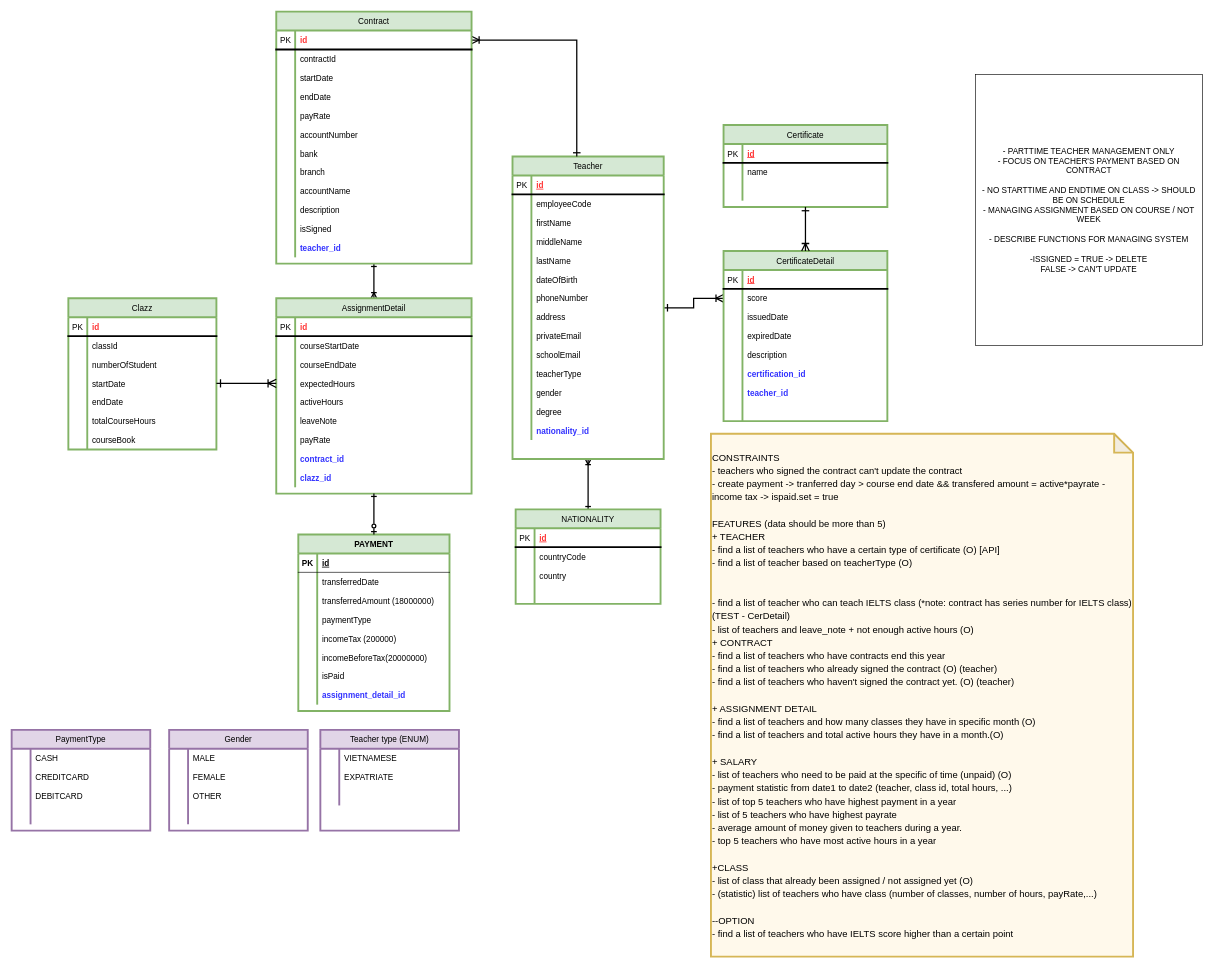
This is Teacher_Management_System - for Query.drawio from AmberNguyn/PersonalProject_TeacherManagement, a draw.io file, before an edit. Source tidied: cells renumbered, new cells numbered last; positions are measured from the earlier drawing's top-left corner, leaving out a move shared by most shapes. Both pictures are drawn from the tidied source at 63%, with x=0, y=0 at pixel (11, 11).
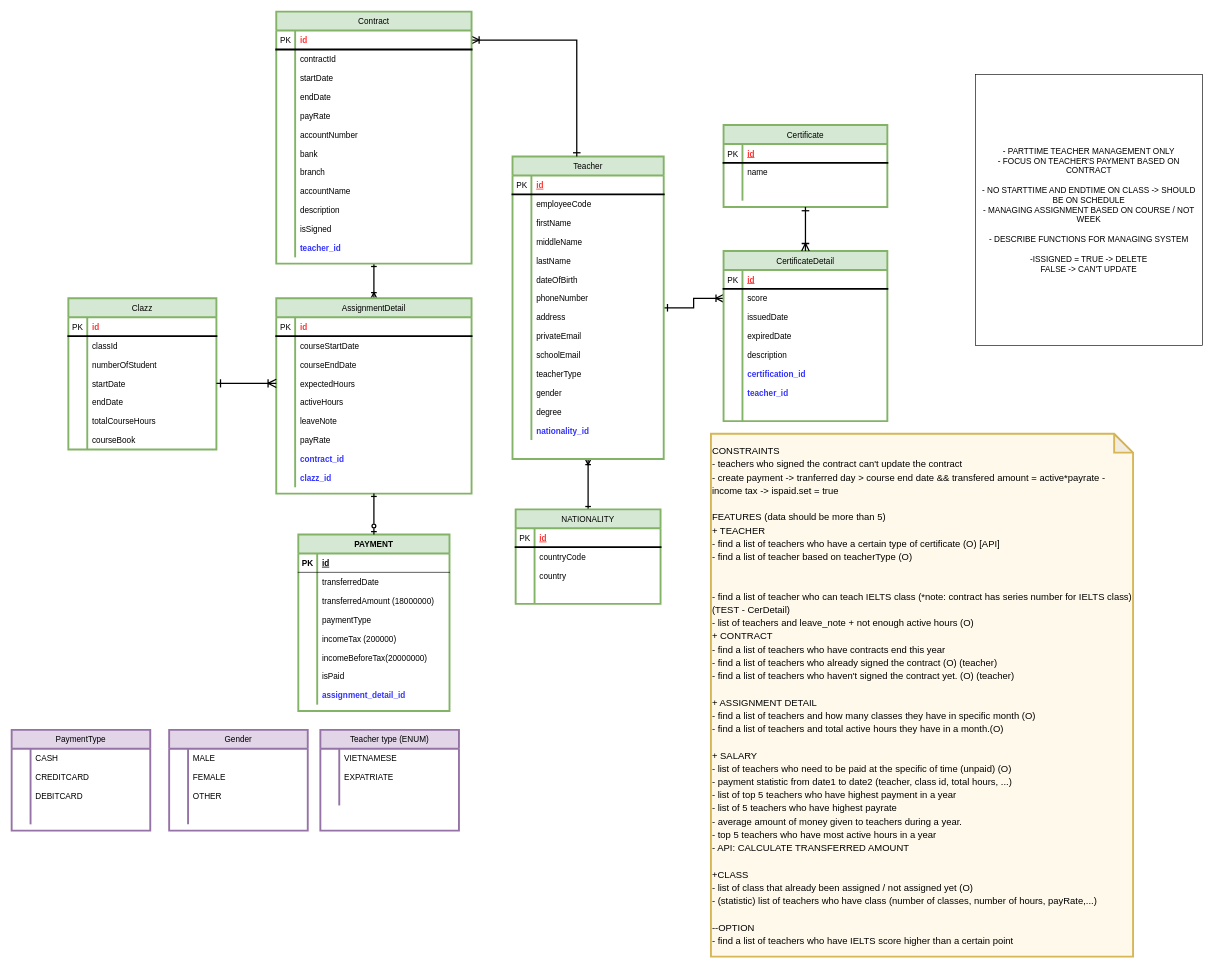
Above is the later version.

What changed in the source:
```diff
@@
-    <mxCell id="249" value="&lt;font style=&quot;font-size: 15px; line-height: 1.4;&quot;&gt;CONSTRAINTS&lt;br&gt;- teachers who signed the contract can't update the contract&lt;br&gt;- create payment -&amp;gt; tranferred day &amp;gt; course end date &amp;amp;&amp;amp; transfered amount = active*payrate - income tax -&amp;gt; ispaid.set = true&lt;br&gt;&lt;br&gt;FEATURES (data should be more than 5)&lt;br&gt;+ TEACHER&lt;br&gt;- find a list of teachers who have a certain type of certificate (O) [API]&lt;br&gt;- find a list of teacher based on teacherType (O)&amp;nbsp;&lt;br&gt;&lt;br&gt;&lt;br&gt;- find a list of teacher who can teach IELTS class (*note: contract has series number for IELTS class) (TEST - CerDetail)&lt;br&gt;- list of teachers and leave_note + not enough active hours (O)&amp;nbsp;&lt;br&gt;+ CONTRACT&lt;br&gt;- find a list of teachers who have contracts end this year&lt;br&gt;- find a list of teachers who already signed the contract (O) (teacher)&lt;br&gt;- find a list of teachers who haven't signed the contract yet. (O) (teacher)&lt;br&gt;&lt;br&gt;+ ASSIGNMENT DETAIL&lt;br&gt;- find a list of teachers and how many classes they have in specific month (O)&lt;br&gt;- find a list of teachers and total active hours they have in a month.(O)&lt;br&gt;&lt;br&gt;+ SALARY&lt;br&gt;- list of teachers who need to be paid at the specific of time (unpaid) (O)&lt;br&gt;- payment statistic from date1 to date2 (teacher, class id, total hours, ...)&amp;nbsp;&lt;br&gt;- list of top 5 teachers who have highest payment in a year&lt;br&gt;- list of 5 teachers who have highest payrate&lt;br&gt;- average amount of money given to teachers during a year.&lt;br&gt;- top 5 teachers who have most active hours in a year&lt;br&gt;&lt;br&gt;+CLASS&lt;br&gt;- list of class that already been assigned / not assigned yet (O)&lt;br&gt;- (statistic) list of teachers who have class (number of classes, number of hours, payRate,...)&lt;br&gt;&lt;br&gt;--OPTION&lt;br&gt;- find a list of teachers who have IELTS score higher than a certain point&lt;br&gt;&lt;/font&gt;" style="shape=note;whiteSpace=wrap;html=1;backgroundOutline=1;darkOpacity=0.05;fontSize=13;strokeWidth=3;fillColor=#FFF9EB;strokeColor=#d6b656;align=left;" parent="1" vertex="1">
+    <mxCell id="249" value="&lt;font style=&quot;font-size: 15px; line-height: 1.4;&quot;&gt;CONSTRAINTS&lt;br&gt;- teachers who signed the contract can't update the contract&lt;br&gt;- create payment -&amp;gt; tranferred day &amp;gt; course end date &amp;amp;&amp;amp; transfered amount = active*payrate - income tax -&amp;gt; ispaid.set = true&lt;br&gt;&lt;br&gt;FEATURES (data should be more than 5)&lt;br&gt;+ TEACHER&lt;br&gt;- find a list of teachers who have a certain type of certificate (O) [API]&lt;br&gt;- find a list of teacher based on teacherType (O)&amp;nbsp;&lt;br&gt;&lt;br&gt;&lt;br&gt;- find a list of teacher who can teach IELTS class (*note: contract has series number for IELTS class) (TEST - CerDetail)&lt;br&gt;- list of teachers and leave_note + not enough active hours (O)&amp;nbsp;&lt;br&gt;+ CONTRACT&lt;br&gt;- find a list of teachers who have contracts end this year&lt;br&gt;- find a list of teachers who already signed the contract (O) (teacher)&lt;br&gt;- find a list of teachers who haven't signed the contract yet. (O) (teacher)&lt;br&gt;&lt;br&gt;+ ASSIGNMENT DETAIL&lt;br&gt;- find a list of teachers and how many classes they have in specific month (O)&lt;br&gt;- find a list of teachers and total active hours they have in a month.(O)&lt;br&gt;&lt;br&gt;+ SALARY&lt;br&gt;- list of teachers who need to be paid at the specific of time (unpaid) (O)&lt;br&gt;- payment statistic from date1 to date2 (teacher, class id, total hours, ...)&amp;nbsp;&lt;br&gt;- list of top 5 teachers who have highest payment in a year&lt;br&gt;- list of 5 teachers who have highest payrate&lt;br&gt;- average amount of money given to teachers during a year.&lt;br&gt;- top 5 teachers who have most active hours in a year&lt;br&gt;- API: CALCULATE TRANSFERRED AMOUNT&lt;br&gt;&lt;br&gt;+CLASS&lt;br&gt;- list of class that already been assigned / not assigned yet (O)&lt;br&gt;- (statistic) list of teachers who have class (number of classes, number of hours, payRate,...)&lt;br&gt;&lt;br&gt;--OPTION&lt;br&gt;- find a list of teachers who have IELTS score higher than a certain point&lt;br&gt;&lt;/font&gt;" style="shape=note;whiteSpace=wrap;html=1;backgroundOutline=1;darkOpacity=0.05;fontSize=13;strokeWidth=3;fillColor=#FFF9EB;strokeColor=#d6b656;align=left;" parent="1" vertex="1">
       <mxGeometry x="1110" y="670" width="670" height="830" as="geometry" />
     </mxCell>
```
